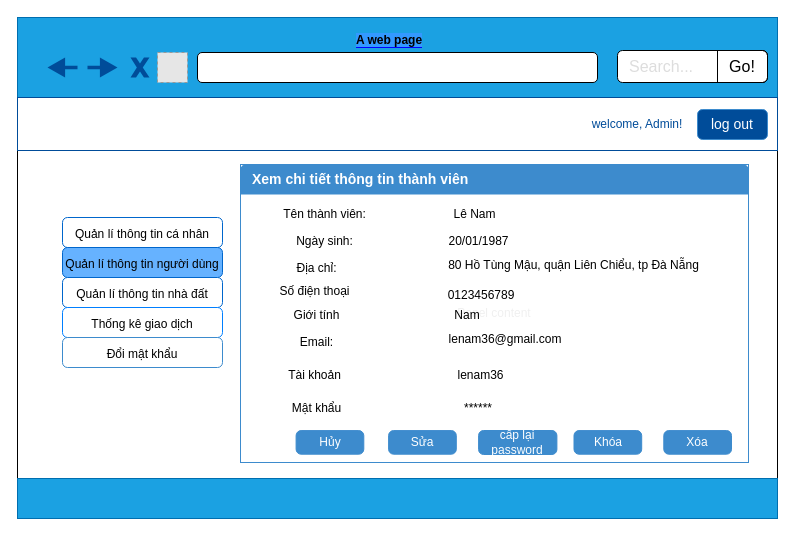
This is XemChiTietThanhVien.drawio from tramtruong98/use_case_diagram, a draw.io file, before an edit. Source tidied: cells renumbered, new cells numbered last; positions are measured from the earlier drawing's top-left corner, leaving out a move shared by most shapes. Both pictures are drawn from the tidied source at 100%, with x=0, y=0 at pixel (17, 17). Pictures stored in the file or linked from it are replaced by grey dashed boxes.
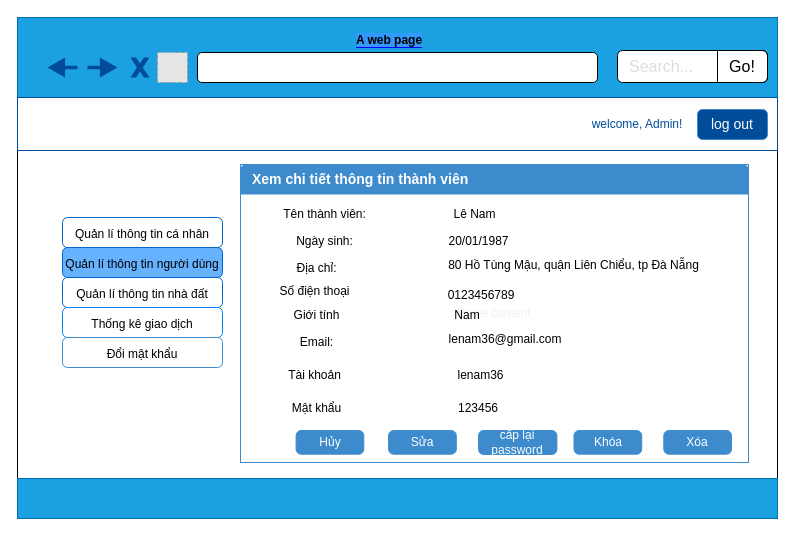
Above is the later version.

Unchanged cells that the change refers to:
```xml
<mxCell id="16" value="Panel content" style="text;html=1;strokeColor=#3D8BCD;fillColor=#ffffff;align=center;verticalAlign=middle;whiteSpace=wrap;rounded=0;shadow=0;dashed=0;fontFamily=Helvetica;fontSize=12;fontColor=#f0f0f0;" parent="1" vertex="1">
  <mxGeometry x="223" y="147" width="508" height="298" as="geometry" />
</mxCell>
```

Change to the diagram source:
```diff
@@
-    <mxCell id="34" value="******" style="text;html=1;strokeColor=none;fillColor=none;align=center;verticalAlign=middle;whiteSpace=wrap;rounded=0;" parent="16" vertex="1">
+    <mxCell id="34" value="123456" style="text;html=1;strokeColor=none;fillColor=none;align=center;verticalAlign=middle;whiteSpace=wrap;rounded=0;" parent="16" vertex="1">
       <mxGeometry x="217" y="233.3" width="42.3" height="20.6" as="geometry" />
     </mxCell>
```
